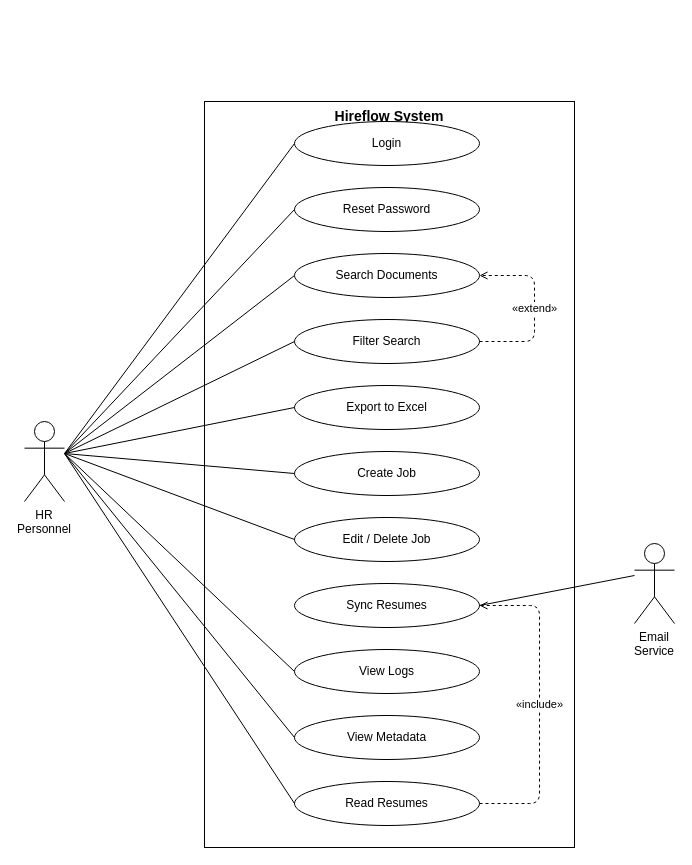
Before: diagrams/use_case.drawio in zainulhassan815/fyp-docs-draft, a draw.io diagram. Source tidied: cells renumbered, new cells numbered last; positions are measured from the earlier drawing's top-left corner, leaving out a move shared by most shapes. Both pictures are drawn from the tidied source at 100%, with x=0, y=0 at pixel (24, 101).
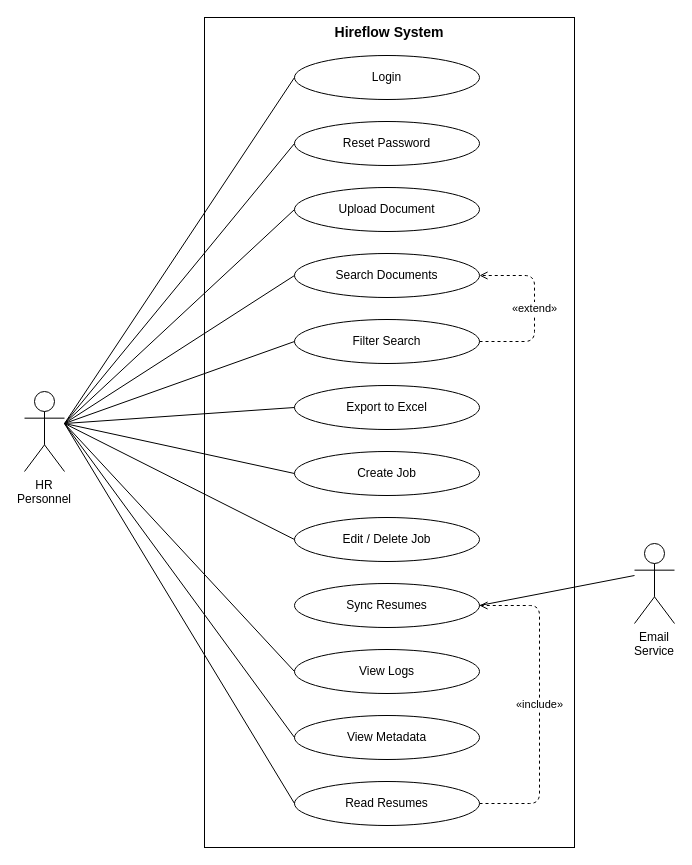
Above is the later version.

The edit, as a diff of the source:
```diff
@@
     <mxCell id="2" value="Hireflow System" style="rounded=0;whiteSpace=wrap;html=1;fillColor=none;strokeColor=#000000;verticalAlign=top;fontStyle=1;fontSize=14;" parent="1" vertex="1">
-      <mxGeometry x="180" width="370" height="746" as="geometry" />
+      <mxGeometry x="180" y="-84" width="370" height="830" as="geometry" />
     </mxCell>
     <mxCell id="3" value="HR Personnel" style="shape=umlActor;html=1;whiteSpace=wrap;verticalLabelPosition=bottom;verticalAlign=top;fillColor=#ffffff;strokeColor=#000000;" parent="1" vertex="1">
-      <mxGeometry y="320" width="40" height="80" as="geometry" />
+      <mxGeometry y="290" width="40" height="80" as="geometry" />
     </mxCell>
@@
     <mxCell id="5" value="Login" style="ellipse;whiteSpace=wrap;html=1;fillColor=#ffffff;strokeColor=#000000;" parent="1" vertex="1">
-      <mxGeometry x="270" y="20" width="185" height="44" as="geometry" />
+      <mxGeometry x="270" y="-46" width="185" height="44" as="geometry" />
     </mxCell>
     <mxCell id="6" value="Reset Password" style="ellipse;whiteSpace=wrap;html=1;fillColor=#ffffff;strokeColor=#000000;" parent="1" vertex="1">
-      <mxGeometry x="270" y="86" width="185" height="44" as="geometry" />
+      <mxGeometry x="270" y="20" width="185" height="44" as="geometry" />
     </mxCell>
+    <mxCell id="29" value="Upload Document" style="ellipse;whiteSpace=wrap;html=1;fillColor=#ffffff;strokeColor=#000000;" parent="1" vertex="1">
+      <mxGeometry x="270" y="86" width="185" height="44" as="geometry" />
+    </mxCell>
@@
+    <mxCell id="30" style="html=1;endArrow=none;strokeColor=#000000;exitX=1;exitY=0.4;entryX=0;entryY=0.5;" parent="1" edge="1" source="3" target="29">
+      <mxGeometry relative="1" as="geometry" />
+    </mxCell>
```
